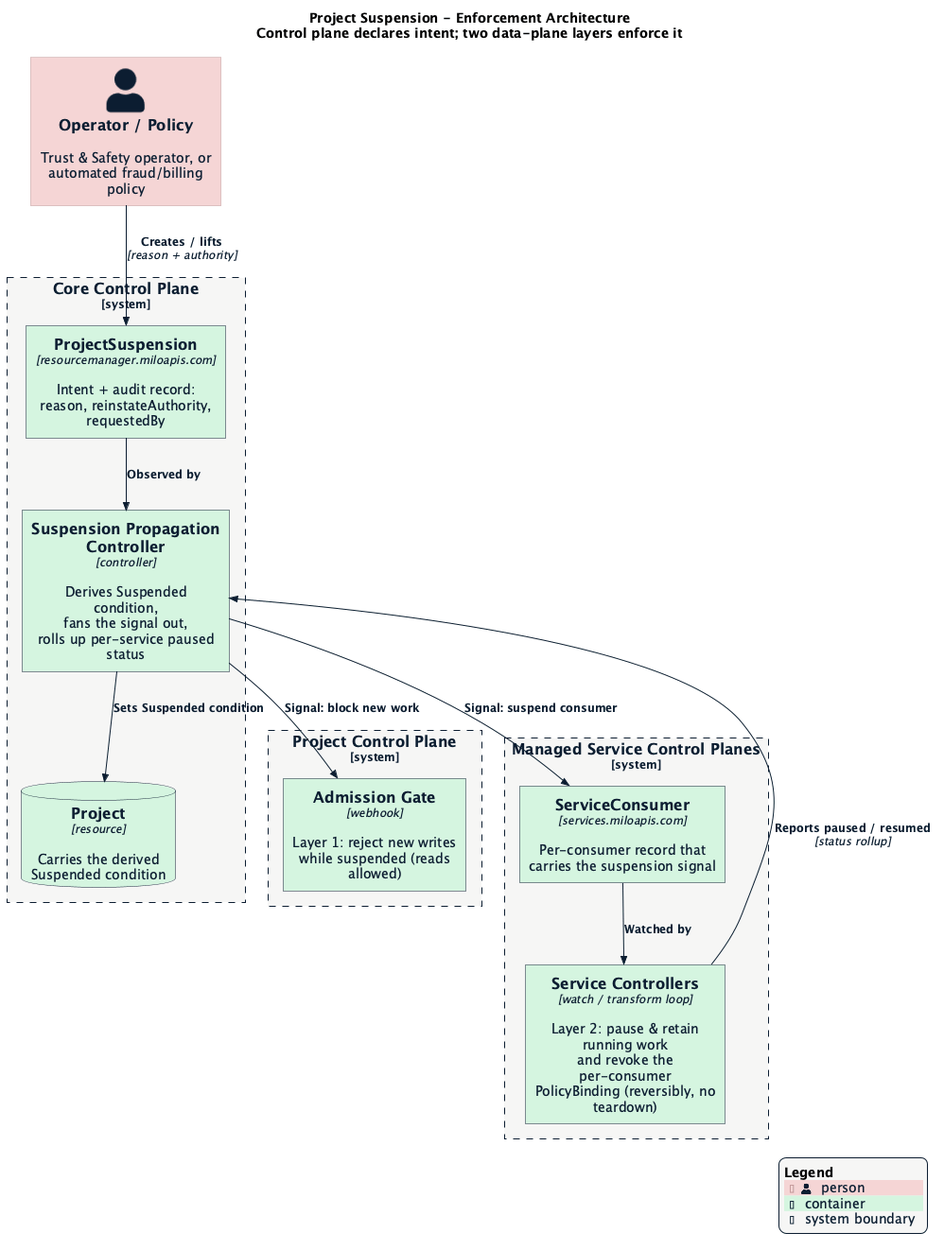
Before: enhancements/platform/project-suspension/enforcement-architecture.png, a diagram exported from PlantUML (datum-cloud/enhancements). Source of this version:
```plantuml
@startuml enforcement-architecture
!$NEW_C4_STYLE = 1
!include https://raw.githubusercontent.com/plantuml-stdlib/C4-PlantUML/master/C4_Container.puml
!include ../../datum-theme.puml

title Project Suspension - Enforcement Architecture\nControl plane declares intent; two data-plane layers enforce it

Person(operator, "Operator / Policy", "Trust & Safety operator, or automated fraud/billing policy")

System_Boundary(core, "Core Control Plane") {
    Container(suspension_api, "ProjectSuspension", "resourcemanager.miloapis.com", "Intent + audit record:\nreason, reinstateAuthority, requestedBy")
    Container(propagation, "Suspension Propagation Controller", "controller", "Derives Suspended condition,\nfans the signal out,\nrolls up per-service paused status")
    ContainerDb(project, "Project", "resource", "Carries the derived\nSuspended condition")
}

System_Boundary(projectcp, "Project Control Plane") {
    Container(admission, "Admission Gate", "webhook", "Layer 1: reject new writes\nwhile suspended (reads allowed)")
}

System_Boundary(services, "Managed Service Control Planes") {
    Container(consumer_rec, "ServiceConsumer", "services.miloapis.com", "Per-consumer record that\ncarries the suspension signal")
    Container(svcctrl, "Service Controllers", "watch / transform loop", "Layer 2: pause & retain running work\nand revoke the per-consumer\nPolicyBinding (reversibly, no teardown)")
}

Rel_D(operator, suspension_api, "Creates / lifts", "reason + authority")
Rel_D(suspension_api, propagation, "Observed by")
Rel(propagation, project, "Sets Suspended condition")

Rel_D(propagation, admission, "Signal: block new work")
Rel_D(propagation, consumer_rec, "Signal: suspend consumer")
Rel(consumer_rec, svcctrl, "Watched by")

Rel_U(svcctrl, propagation, "Reports paused / resumed", "status rollup")

SHOW_LEGEND()
@enduml
```
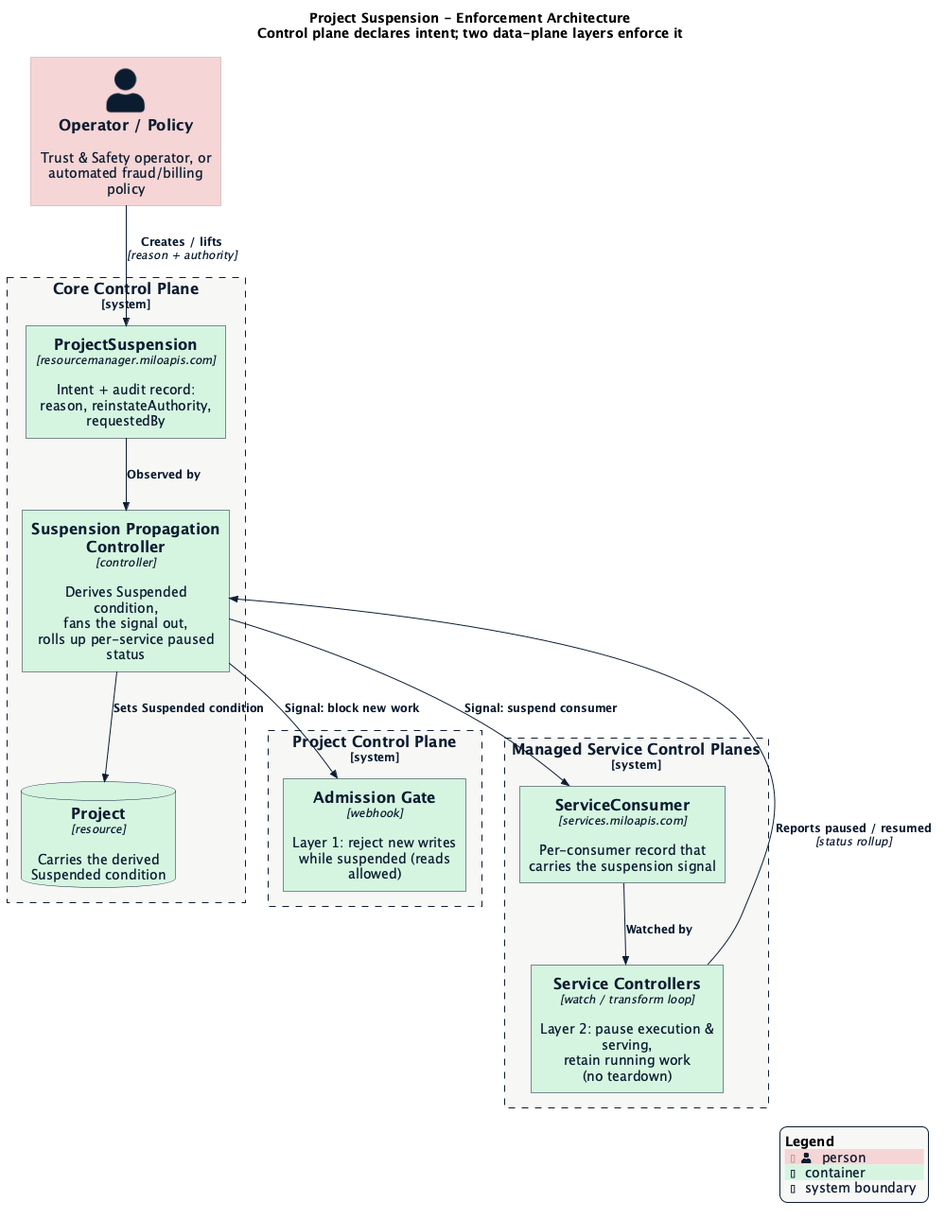
The same file after the commit.

Commit message:
docs(project-suspension): remove access/identity revocation as an enforcement step

Change to the diagram source:
```diff
@@ -19,7 +19,7 @@
 
 System_Boundary(services, "Managed Service Control Planes") {
     Container(consumer_rec, "ServiceConsumer", "services.miloapis.com", "Per-consumer record that\ncarries the suspension signal")
-    Container(svcctrl, "Service Controllers", "watch / transform loop", "Layer 2: pause & retain running work\nand revoke the per-consumer\nPolicyBinding (reversibly, no teardown)")
+    Container(svcctrl, "Service Controllers", "watch / transform loop", "Layer 2: pause execution & serving,\nretain running work\n(no teardown)")
 }
 
 Rel_D(operator, suspension_api, "Creates / lifts", "reason + authority")
```
